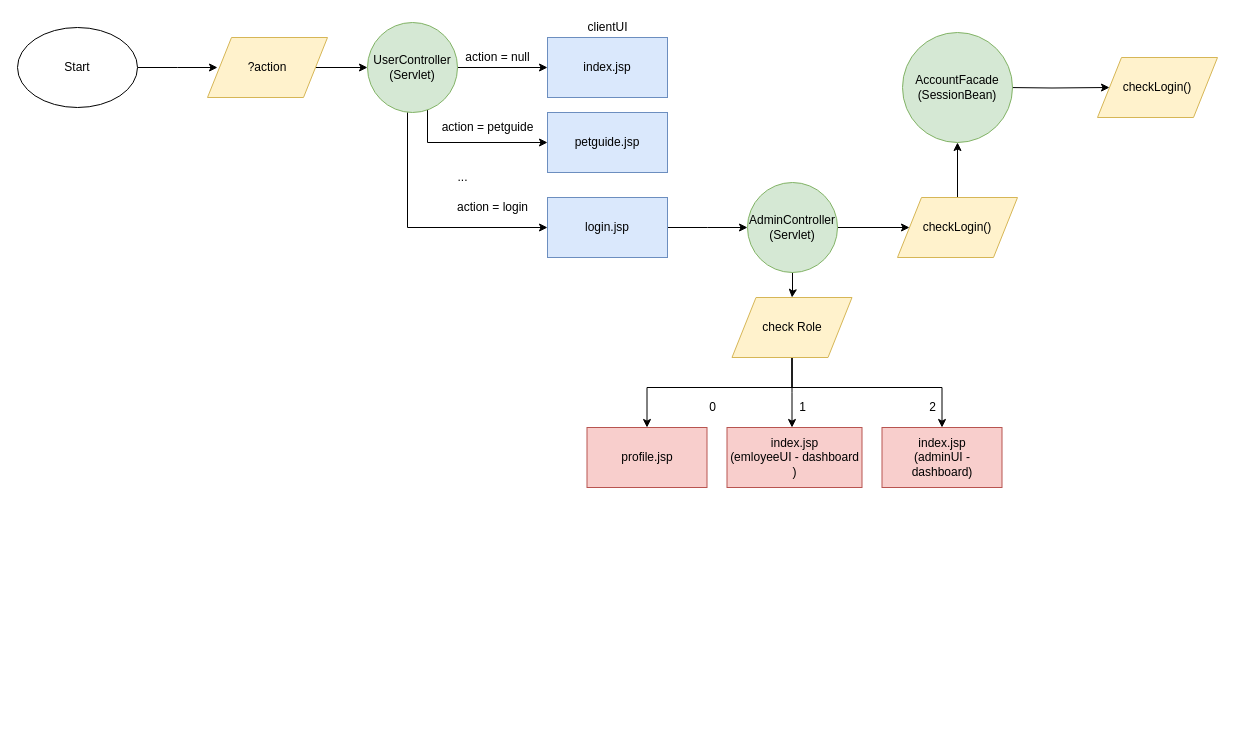
Before: page "Software Flowchart" (3 of 4) of Documents/Diagrams/Overrall-Design.drawio in duyphuong403/PetCare, a draw.io diagram. Source tidied: cells renumbered, new cells numbered last; positions are measured from the earlier drawing's top-left corner, leaving out a move shared by most shapes. Both pictures are drawn from the tidied source at 100%, with x=0, y=0 at pixel (17, 17).
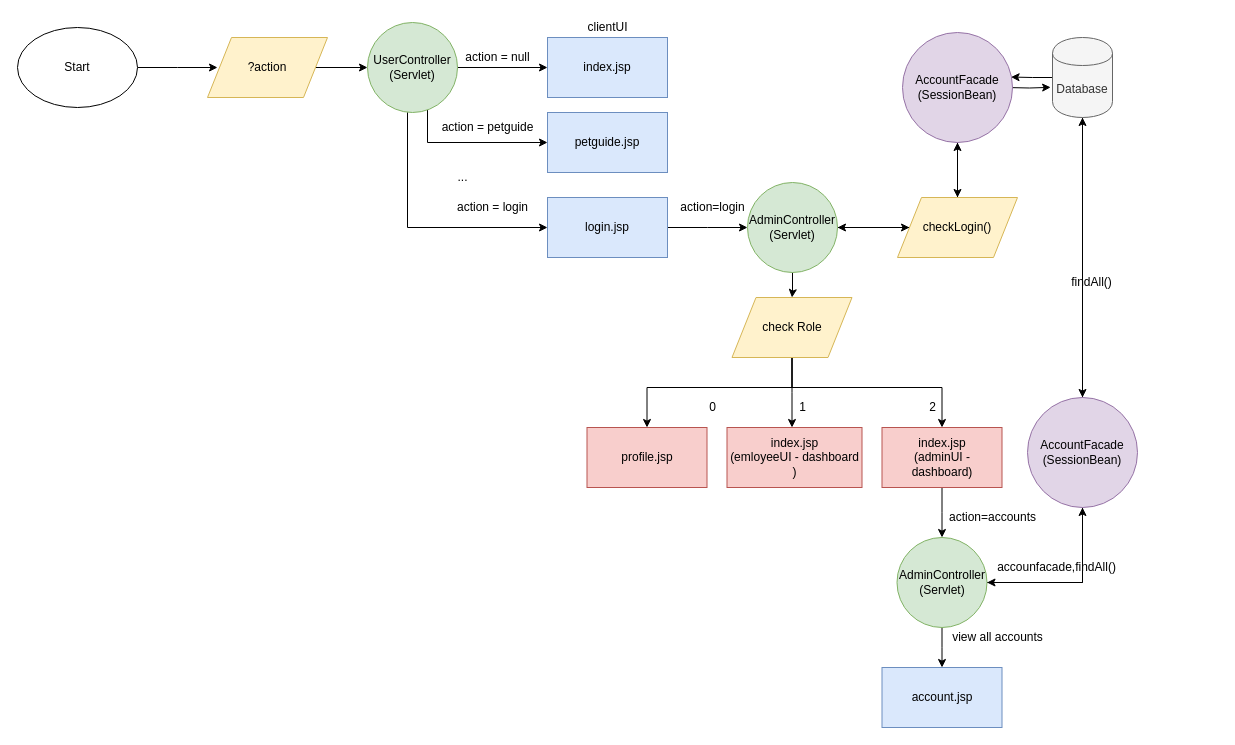
Above is the later version.

The change refers to these unchanged cells:
```xml
<mxCell id="27" value="index.jsp&lt;br&gt;(adminUI - dashboard)" style="rounded=0;whiteSpace=wrap;html=1;fillColor=#f8cecc;strokeColor=#b85450;" parent="1" vertex="1">
  <mxGeometry x="864.5" y="410" width="120" height="60" as="geometry" />
</mxCell>
<mxCell id="31" value="AdminController&lt;br&gt;(Servlet)" style="ellipse;whiteSpace=wrap;html=1;fillColor=#d5e8d4;strokeColor=#82b366;" parent="1" vertex="1">
  <mxGeometry x="730" y="165" width="90" height="90" as="geometry" />
</mxCell>
<mxCell id="33" value="checkLogin()" style="shape=parallelogram;perimeter=parallelogramPerimeter;whiteSpace=wrap;html=1;fillColor=#fff2cc;strokeColor=#d6b656;" parent="1" vertex="1">
  <mxGeometry x="880" y="180" width="120" height="60" as="geometry" />
</mxCell>
```

Change to the diagram source:
```diff
@@
+    <mxCell id="37" style="edgeStyle=orthogonalEdgeStyle;rounded=0;jettySize=auto;html=1;" parent="1" edge="1" source="27">
+      <mxGeometry relative="1" as="geometry">
+        <mxPoint x="924.5" y="520" as="targetPoint" />
+      </mxGeometry>
+    </mxCell>
@@
+    <mxCell id="38" style="edgeStyle=orthogonalEdgeStyle;rounded=0;jettySize=auto;html=1;entryX=1;entryY=0.5;entryDx=0;entryDy=0;" parent="1" edge="1" source="33" target="31">
+      <mxGeometry relative="1" as="geometry" />
+    </mxCell>
@@
-    <mxCell id="34" style="edgeStyle=orthogonalEdgeStyle;rounded=0;jettySize=auto;html=1;" parent="1" edge="1" target="35">
+    <mxCell id="34" style="edgeStyle=orthogonalEdgeStyle;rounded=0;jettySize=auto;html=1;entryX=-0.031;entryY=0.623;entryDx=0;entryDy=0;entryPerimeter=0;" parent="1" edge="1" target="54">
       <mxGeometry relative="1" as="geometry">
         <mxPoint x="988" y="70" as="sourcePoint" />
       </mxGeometry>
     </mxCell>
-    <mxCell id="35" value="checkLogin()" style="shape=parallelogram;perimeter=parallelogramPerimeter;whiteSpace=wrap;html=1;fillColor=#fff2cc;strokeColor=#d6b656;" parent="1" vertex="1">
-      <mxGeometry x="1080" y="40" width="120" height="60" as="geometry" />
-    </mxCell>
+    <mxCell id="39" style="edgeStyle=orthogonalEdgeStyle;rounded=0;jettySize=auto;html=1;entryX=0.5;entryY=0;entryDx=0;entryDy=0;" parent="1" edge="1" source="36" target="33">
+      <mxGeometry relative="1" as="geometry" />
+    </mxCell>
-    <mxCell id="36" value="AccountFacade&lt;br&gt;(SessionBean)" style="ellipse;whiteSpace=wrap;html=1;fillColor=#d5e8d4;strokeColor=#82b366;" parent="1" vertex="1">
+    <mxCell id="36" value="AccountFacade&lt;br&gt;(SessionBean)" style="ellipse;whiteSpace=wrap;html=1;fillColor=#e1d5e7;strokeColor=#9673a6;" parent="1" vertex="1">
       <mxGeometry x="885" y="15" width="110" height="110" as="geometry" />
     </mxCell>
+    <mxCell id="40" value="action=accounts" style="text;html=1;align=center;verticalAlign=middle;" parent="1" vertex="1">
+      <mxGeometry x="924.5" y="490" width="100" height="20" as="geometry" />
+    </mxCell>
+    <mxCell id="41" style="edgeStyle=orthogonalEdgeStyle;rounded=0;jettySize=auto;html=1;entryX=0.5;entryY=1;entryDx=0;entryDy=0;" parent="1" edge="1" source="43" target="48">
+      <mxGeometry relative="1" as="geometry" />
+    </mxCell>
+    <mxCell id="42" style="edgeStyle=orthogonalEdgeStyle;rounded=0;jettySize=auto;html=1;" parent="1" edge="1" source="43">
+      <mxGeometry relative="1" as="geometry">
+        <mxPoint x="924.5" y="650" as="targetPoint" />
+      </mxGeometry>
+    </mxCell>
+    <mxCell id="43" value="AdminController&lt;br&gt;(Servlet)" style="ellipse;whiteSpace=wrap;html=1;fillColor=#d5e8d4;strokeColor=#82b366;" parent="1" vertex="1">
+      <mxGeometry x="879.5" y="520" width="90" height="90" as="geometry" />
+    </mxCell>
+    <mxCell id="44" value="action=login" style="text;html=1;align=center;verticalAlign=middle;" parent="1" vertex="1">
+      <mxGeometry x="654.5" y="180" width="80" height="20" as="geometry" />
+    </mxCell>
+    <mxCell id="45" style="edgeStyle=orthogonalEdgeStyle;rounded=0;jettySize=auto;html=1;" parent="1" edge="1" source="54" target="48">
+      <mxGeometry relative="1" as="geometry" />
+    </mxCell>
+    <mxCell id="46" style="edgeStyle=orthogonalEdgeStyle;rounded=0;jettySize=auto;html=1;entryX=0.5;entryY=1;entryDx=0;entryDy=0;" parent="1" edge="1" source="48" target="54">
+      <mxGeometry relative="1" as="geometry" />
+    </mxCell>
+    <mxCell id="47" style="edgeStyle=orthogonalEdgeStyle;rounded=0;jettySize=auto;html=1;entryX=1;entryY=0.5;entryDx=0;entryDy=0;exitX=0.5;exitY=1;exitDx=0;exitDy=0;" parent="1" edge="1" source="48" target="43">
+      <mxGeometry relative="1" as="geometry">
+        <Array as="points">
+          <mxPoint x="1065" y="565" />
+        </Array>
+      </mxGeometry>
+    </mxCell>
+    <mxCell id="48" value="AccountFacade&lt;br&gt;(SessionBean)" style="ellipse;whiteSpace=wrap;html=1;fillColor=#e1d5e7;strokeColor=#9673a6;" parent="1" vertex="1">
+      <mxGeometry x="1010" y="380" width="110" height="110" as="geometry" />
+    </mxCell>
+    <mxCell id="49" value="findAll()" style="text;html=1;align=center;verticalAlign=middle;" parent="1" vertex="1">
+      <mxGeometry x="1044" y="255" width="60" height="20" as="geometry" />
+    </mxCell>
+    <mxCell id="50" value="accounfacade,findAll()" style="text;html=1;align=center;verticalAlign=middle;" parent="1" vertex="1">
+      <mxGeometry x="974" y="540" width="130" height="20" as="geometry" />
+    </mxCell>
+    <mxCell id="51" value="account.jsp" style="rounded=0;whiteSpace=wrap;html=1;fillColor=#dae8fc;strokeColor=#6c8ebf;" parent="1" vertex="1">
+      <mxGeometry x="864.5" y="650" width="120" height="60" as="geometry" />
+    </mxCell>
+    <mxCell id="52" value="view all accounts" style="text;html=1;align=center;verticalAlign=middle;" parent="1" vertex="1">
+      <mxGeometry x="924.5" y="610" width="110" height="20" as="geometry" />
+    </mxCell>
+    <mxCell id="53" style="edgeStyle=orthogonalEdgeStyle;rounded=0;jettySize=auto;html=1;entryX=0.987;entryY=0.405;entryDx=0;entryDy=0;entryPerimeter=0;" parent="1" edge="1" source="54" target="36">
+      <mxGeometry relative="1" as="geometry" />
+    </mxCell>
+    <mxCell id="54" value="Database" style="shape=cylinder;whiteSpace=wrap;html=1;boundedLbl=1;backgroundOutline=1;fillColor=#f5f5f5;strokeColor=#666666;fontColor=#333333;" parent="1" vertex="1">
+      <mxGeometry x="1035" y="20" width="60" height="80" as="geometry" />
+    </mxCell>
```
